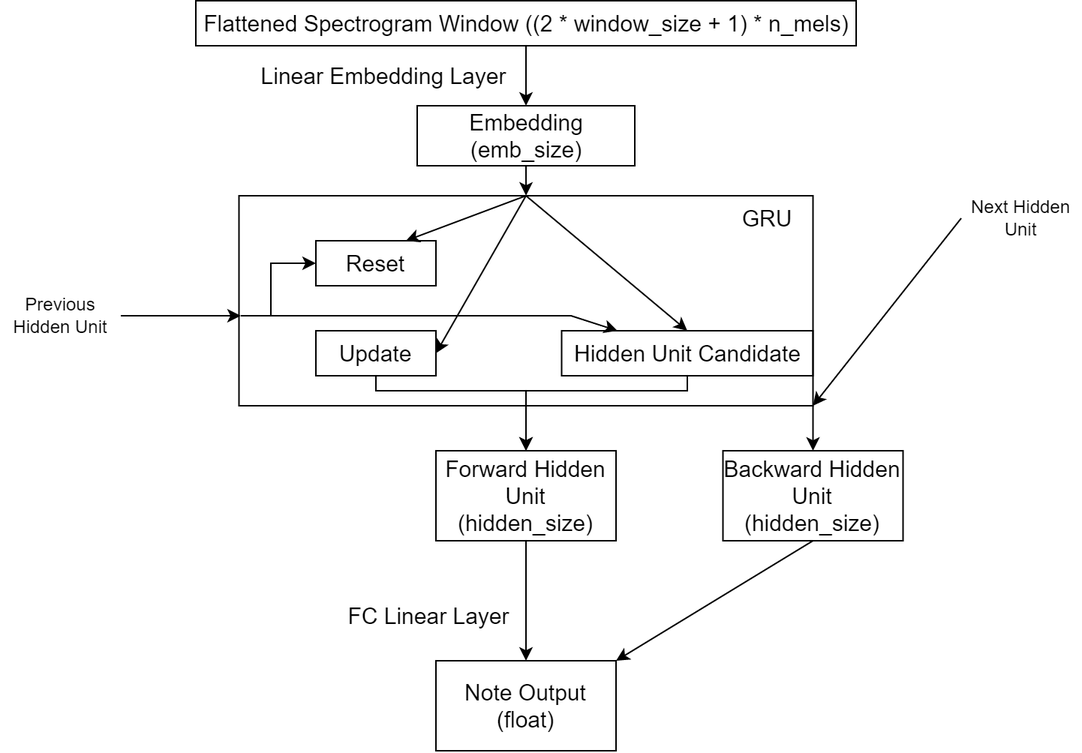
Before: images/notePresenceRNN.png, a diagram exported from draw.io (Hazelstorm/413w22-taikomapper). Source tidied: cells renumbered, new cells last; positions are measured from the earlier drawing's top-left corner, leaving out a move shared by most shapes.
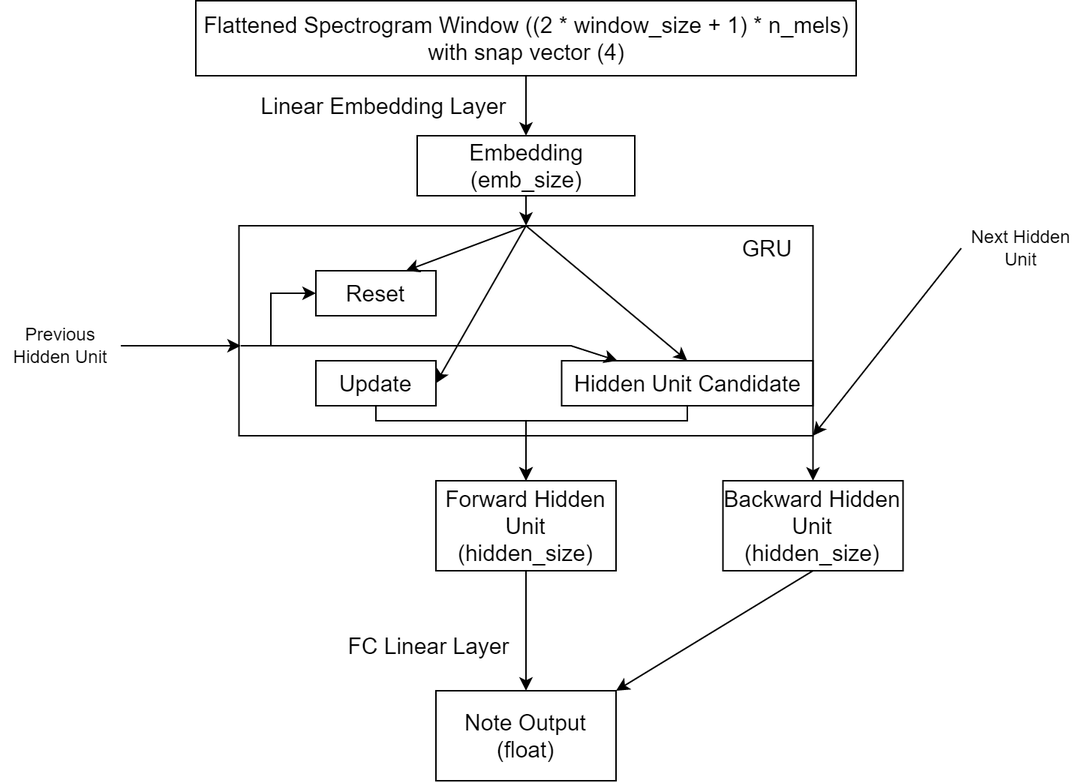
After the change.

Change to the diagram source:
```diff
@@ -9,10 +9,10 @@
       <mxGeometry relative="1" as="geometry" />
     </mxCell>
     <mxCell id="4" style="rounded=0;whiteSpace=wrap;html=1;labelBackgroundColor=none;fontSize=15;fillColor=default;strokeColor=default;" parent="1" vertex="1">
-      <mxGeometry x="130" width="440" height="30" as="geometry" />
+      <mxGeometry x="130" y="-20" width="440" height="50" as="geometry" />
     </mxCell>
-    <mxCell id="5" value="Flattened Spectrogram Window ((2 * window_size + 1) * n_mels)" style="text;html=1;align=center;verticalAlign=middle;strokeColor=none;fillColor=none;fontSize=15;" parent="1" vertex="1">
-      <mxGeometry x="125" y="5" width="450" height="20" as="geometry" />
+    <mxCell id="5" value="Flattened Spectrogram Window ((2 * window_size + 1) * n_mels)&lt;br&gt;with snap vector (4)" style="text;html=1;align=center;verticalAlign=middle;strokeColor=none;fillColor=none;fontSize=15;" parent="1" vertex="1">
+      <mxGeometry x="125" y="-15" width="450" height="40" as="geometry" />
     </mxCell>
     <mxCell id="6" value="Linear Embedding Layer" style="text;html=1;align=center;verticalAlign=middle;strokeColor=none;fillColor=none;fontSize=15;" parent="1" vertex="1">
       <mxGeometry x="165" y="40" width="180" height="20" as="geometry" />
```
